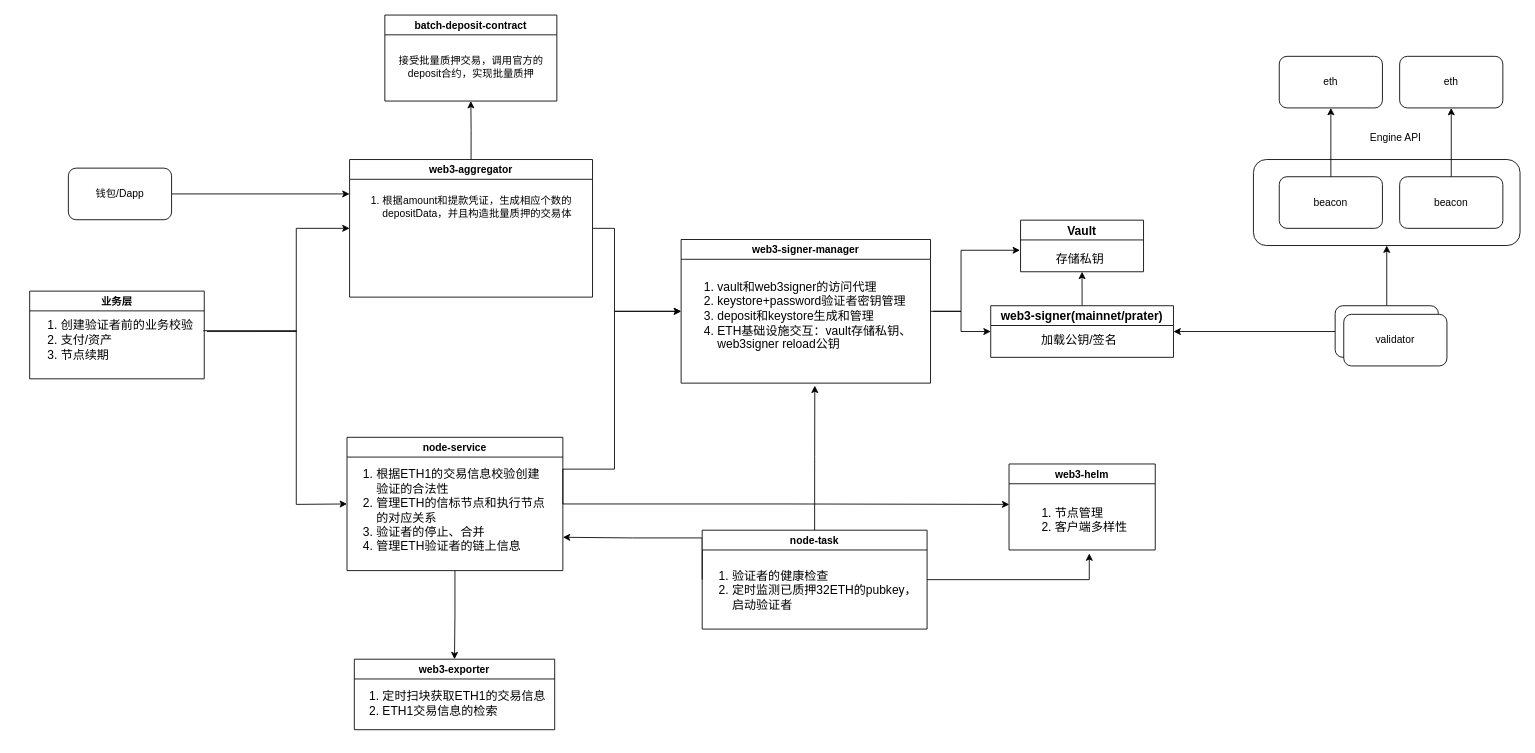
Above: page "ETH2模块调用关系" (1 of 3) of project/web3/ETH2流程.drawio in duktig666/draw.io (draw.io), before the change. Source tidied: cells renumbered, new cells numbered last; positions are measured from the earlier drawing's top-left corner, leaving out a move shared by most shapes. Both pictures are drawn from the tidied source at 86%, with x=0, y=0 at pixel (15, 15).
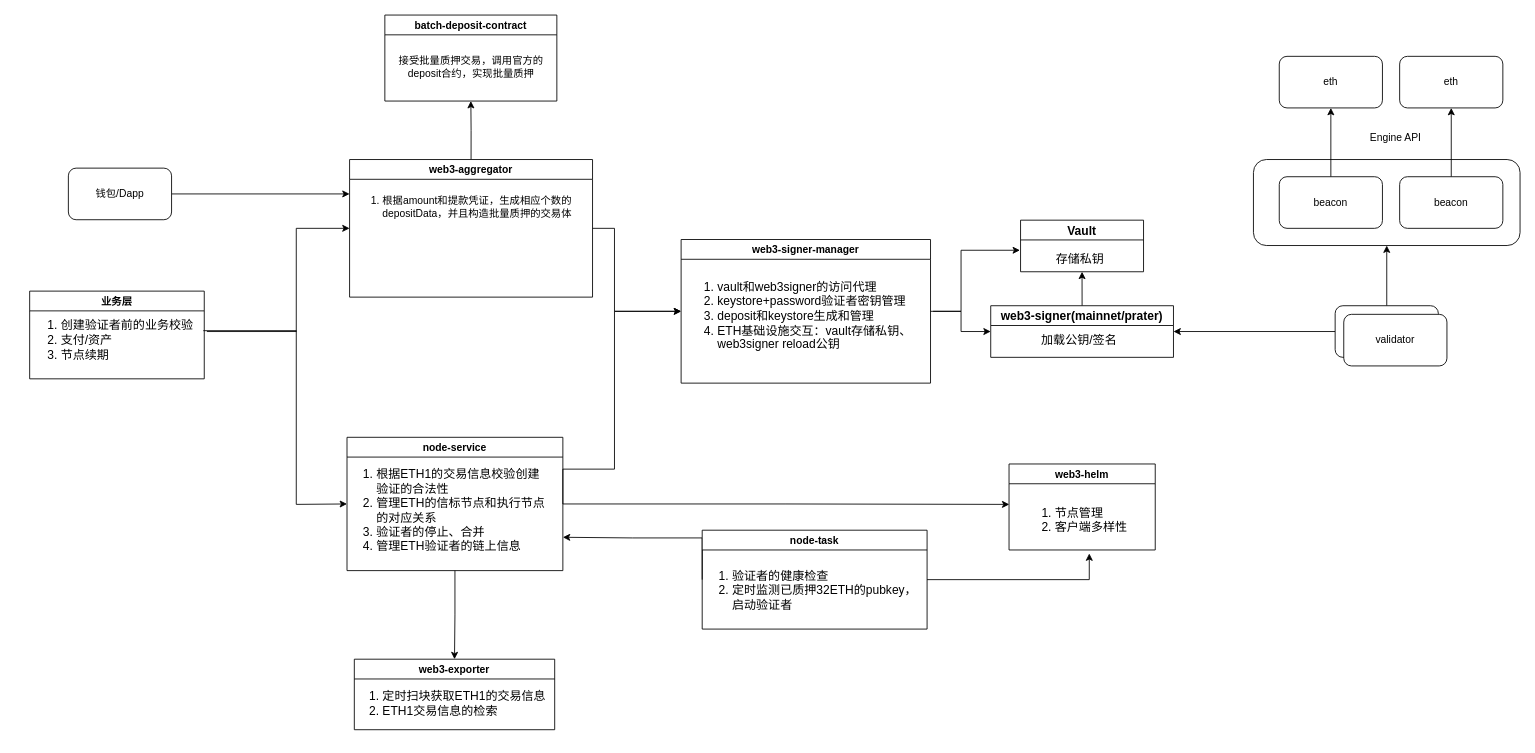
Above is the later version.

Unchanged cells that the change refers to:
```xml
<mxCell id="6" value="&lt;ol&gt;&lt;li&gt;&lt;font style=&quot;font-size: 14px;&quot;&gt;vault和web3signer的访问代理&lt;/font&gt;&lt;/li&gt;&lt;li&gt;&lt;font style=&quot;font-size: 14px;&quot;&gt;keystore+password验证者密钥管理&lt;br&gt;&lt;/font&gt;&lt;/li&gt;&lt;li&gt;&lt;font style=&quot;font-size: 14px;&quot;&gt;deposit和keystore生成和管理&lt;/font&gt;&lt;/li&gt;&lt;li&gt;&lt;font style=&quot;font-size: 14px;&quot;&gt;ETH基础设施交互：vault存储私钥、&lt;br&gt;web3signer reload公钥&lt;/font&gt;&lt;/li&gt;&lt;/ol&gt;&lt;font style=&quot;font-size: 12px;&quot;&gt;&lt;br&gt;&lt;/font&gt;" style="text;html=1;align=left;verticalAlign=middle;points=[];strokeColor=none;fillColor=none;fontSize=14;" parent="5" vertex="1">
  <mxGeometry y="27" width="290" height="140" as="geometry" />
</mxCell>
<mxCell id="17" value="node-task" style="swimlane;" parent="1" vertex="1">
  <mxGeometry x="799" y="599" width="261.5" height="115" as="geometry" />
</mxCell>
```

Change to the diagram source:
```diff
@@
-    <mxCell id="14" style="edgeStyle=orthogonalEdgeStyle;rounded=0;jettySize=auto;html=1;exitX=0.5;exitY=0;exitDx=0;exitDy=0;entryX=0.536;entryY=1.021;entryDx=0;entryDy=0;entryPerimeter=0;fontSize=14;" parent="1" edge="1" source="17" target="6">
-      <mxGeometry relative="1" as="geometry" />
-    </mxCell>
```
